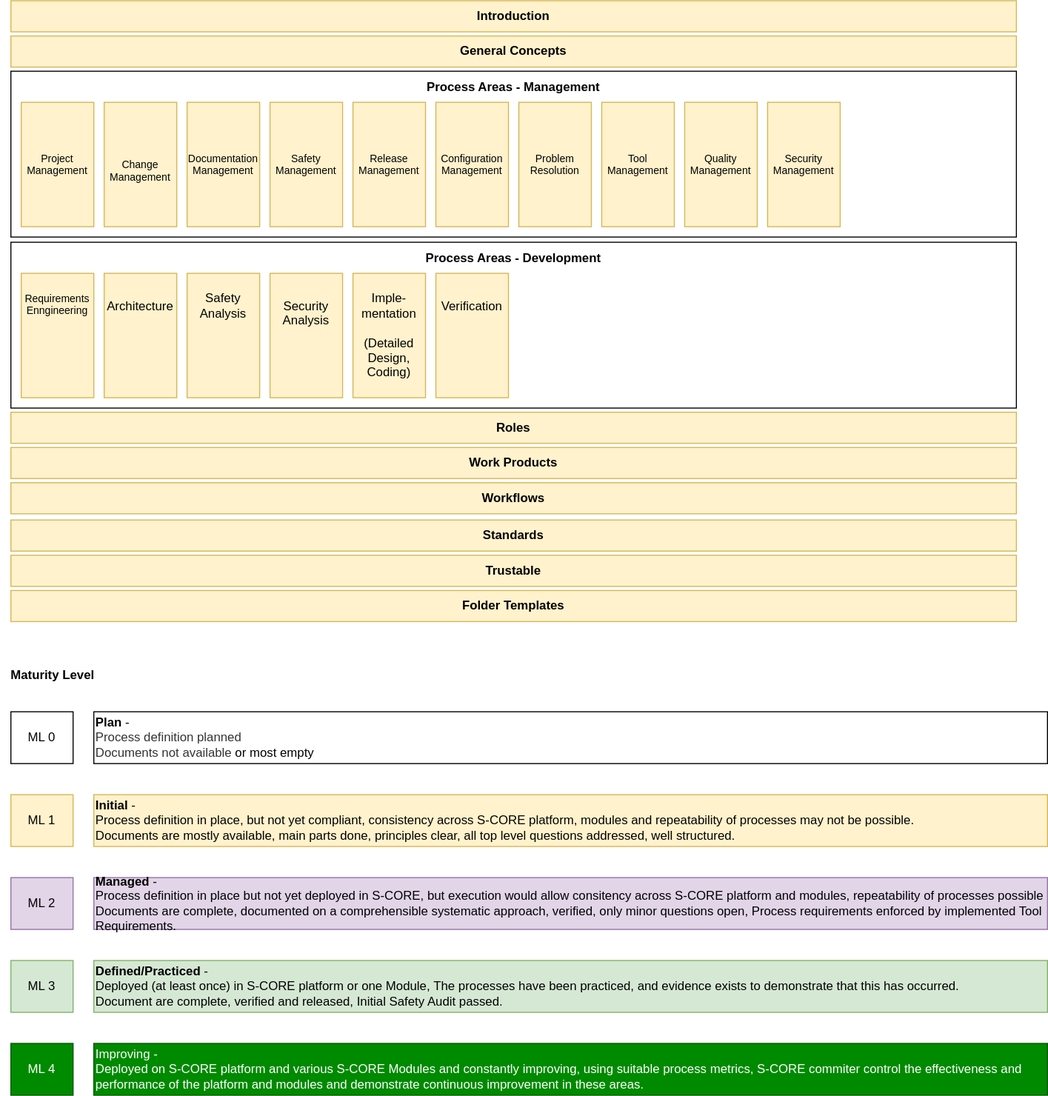
Before: main/_images/score_process_area_overview.drawio.svg, a diagram exported from draw.io (eclipse-score/process_description). Source tidied: cells renumbered, new cells last; positions are measured from the earlier drawing's top-left corner, leaving out a move shared by most shapes.
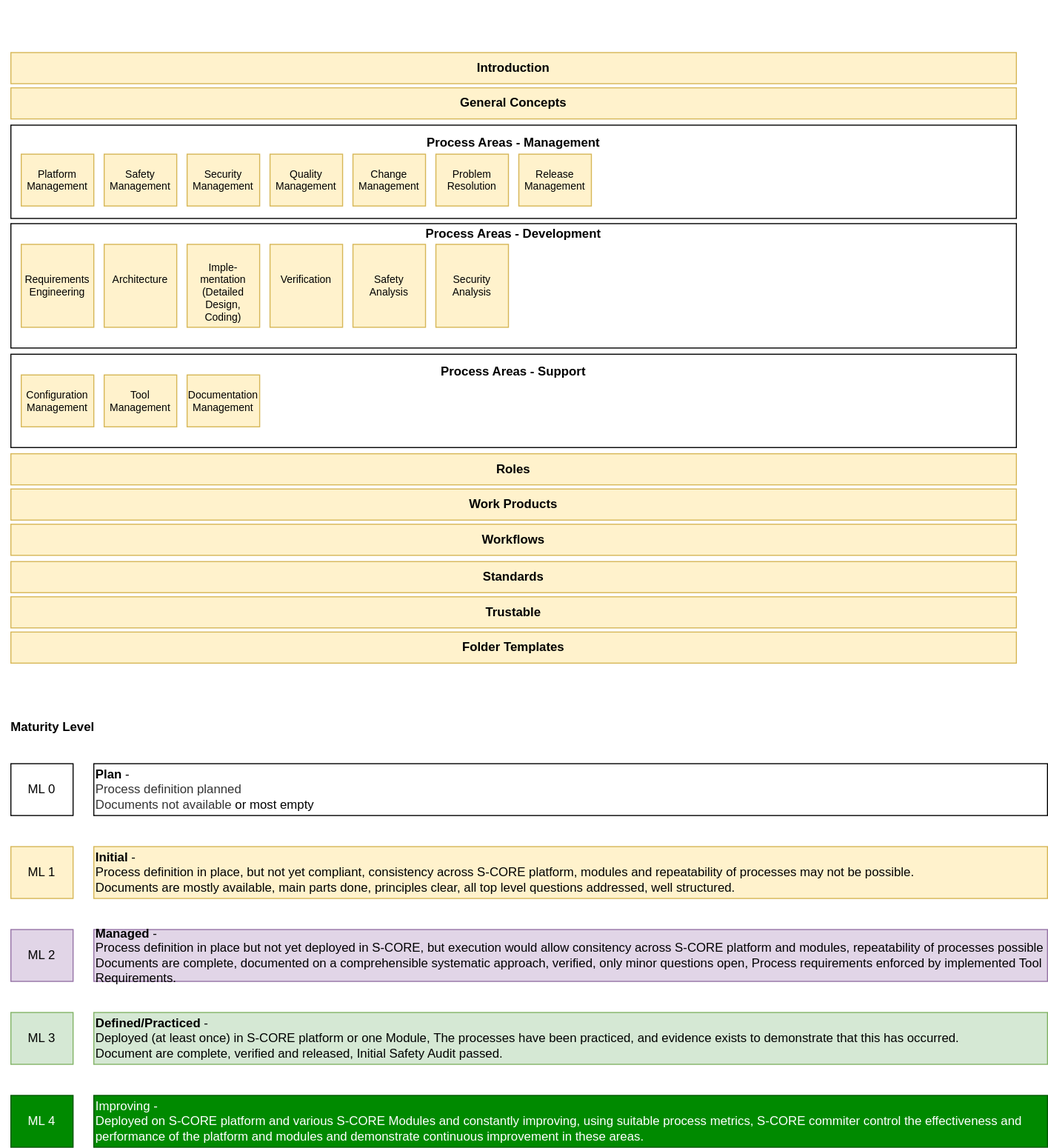
Later version of the same file.

The edit, as a diff of the source:
```diff
@@ -2,44 +2,47 @@
   <root>
     <mxCell id="0" />
     <mxCell id="1" parent="0" />
+    <mxCell id="39" value="&lt;b&gt;&lt;br&gt;&lt;br&gt;&lt;br&gt;&lt;br&gt;&lt;br&gt;&lt;br&gt;&lt;br&gt;Process Areas - Support&lt;br&gt;&lt;br&gt;&lt;br&gt;&lt;br&gt;&lt;br&gt;&lt;br&gt;&lt;br&gt;&lt;br&gt;&lt;br&gt;&lt;br&gt;&lt;br&gt;&amp;nbsp;&lt;/b&gt;" style="rounded=0;whiteSpace=wrap;html=1;" parent="1" vertex="1">
+      <mxGeometry x="10" y="291" width="970" height="90" as="geometry" />
+    </mxCell>
-    <mxCell id="2" value="&lt;b&gt;&lt;br&gt;&lt;br&gt;Process Areas - Development&lt;br&gt;&lt;br&gt;&lt;br&gt;&lt;br&gt;&lt;br&gt;&lt;br&gt;&lt;br&gt;&lt;br&gt;&lt;br&gt;&lt;br&gt;&lt;br&gt;&amp;nbsp;&lt;/b&gt;" style="rounded=0;whiteSpace=wrap;html=1;" parent="1" vertex="1">
-      <mxGeometry x="10" y="233" width="970" height="160" as="geometry" />
+    <mxCell id="2" value="&lt;b&gt;&lt;br&gt;&lt;br&gt;&lt;br&gt;&lt;br&gt;Process Areas - Development&lt;br&gt;&lt;br&gt;&lt;br&gt;&lt;br&gt;&lt;br&gt;&lt;br&gt;&lt;br&gt;&lt;br&gt;&lt;br&gt;&lt;br&gt;&lt;br&gt;&amp;nbsp;&lt;/b&gt;" style="rounded=0;whiteSpace=wrap;html=1;" parent="1" vertex="1">
+      <mxGeometry x="10" y="165" width="970" height="120" as="geometry" />
     </mxCell>
     <mxCell id="3" value="&lt;span style=&quot;&quot;&gt;Introduction&lt;/span&gt;" style="rounded=0;whiteSpace=wrap;html=1;fontStyle=1;fillColor=#fff2cc;strokeColor=#d6b656;" parent="1" vertex="1">
       <mxGeometry x="10" width="970" height="30" as="geometry" />
     </mxCell>
-    <mxCell id="4" value="&lt;b&gt;&lt;br&gt;&lt;br&gt;Process Areas - Management&lt;br&gt;&lt;br&gt;&lt;br&gt;&lt;br&gt;&lt;br&gt;&lt;br&gt;&lt;br&gt;&lt;br&gt;&lt;br&gt;&lt;br&gt;&lt;br&gt;&amp;nbsp;&lt;/b&gt;" style="rounded=0;whiteSpace=wrap;html=1;" parent="1" vertex="1">
-      <mxGeometry x="10" y="68" width="970" height="160" as="geometry" />
+    <mxCell id="4" value="&lt;b&gt;&lt;br&gt;&lt;br&gt;&lt;br&gt;&lt;br&gt;&lt;br&gt;&lt;br&gt;&lt;br&gt;&lt;br&gt;&lt;br&gt;Process Areas - Management&lt;br&gt;&lt;br&gt;&lt;br&gt;&lt;br&gt;&lt;br&gt;&lt;br&gt;&lt;br&gt;&lt;br&gt;&lt;br&gt;&lt;br&gt;&lt;br&gt;&lt;br&gt;&lt;br&gt;&amp;nbsp;&lt;/b&gt;" style="rounded=0;whiteSpace=wrap;html=1;" parent="1" vertex="1">
+      <mxGeometry x="10" y="70" width="970" height="90" as="geometry" />
     </mxCell>
-    <mxCell id="5" value="Requirements&lt;br style=&quot;font-size: 10px;&quot;&gt;Enngineering&lt;br style=&quot;font-size: 10px;&quot;&gt;&lt;br&gt;&lt;br&gt;&lt;br style=&quot;font-size: 10px;&quot;&gt;&lt;br style=&quot;font-size: 10px;&quot;&gt;&lt;br style=&quot;font-size: 10px;&quot;&gt;" style="rounded=0;whiteSpace=wrap;html=1;fillColor=#fff2cc;strokeColor=#d6b656;fontSize=10;verticalAlign=middle;" parent="1" vertex="1">
-      <mxGeometry x="20" y="263" width="70" height="120" as="geometry" />
+    <mxCell id="5" value="Requirements&lt;br style=&quot;font-size: 10px;&quot;&gt;Engineering" style="rounded=0;whiteSpace=wrap;html=1;fillColor=#fff2cc;strokeColor=#d6b656;fontSize=10;verticalAlign=middle;" parent="1" vertex="1">
+      <mxGeometry x="20" y="185" width="70" height="80" as="geometry" />
     </mxCell>
-    <mxCell id="6" value="Safety&lt;br style=&quot;font-size: 10px;&quot;&gt;Management" style="rounded=0;whiteSpace=wrap;html=1;fillColor=#fff2cc;strokeColor=#d6b656;fontSize=10;" parent="1" vertex="1">
-      <mxGeometry x="260" y="98" width="70" height="120" as="geometry" />
+    <mxCell id="6" value="Safety&lt;br style=&quot;font-size: 10px;&quot;&gt;Management" style="rounded=0;whiteSpace=wrap;html=1;fillColor=#fff2cc;strokeColor=#d6b656;fontSize=10;verticalAlign=middle;" parent="1" vertex="1">
+      <mxGeometry x="100" y="98" width="70" height="50" as="geometry" />
     </mxCell>
-    <mxCell id="7" value="&lt;br style=&quot;font-size: 10px;&quot;&gt;&lt;br style=&quot;font-size: 10px;&quot;&gt;Change Management&lt;br&gt;&lt;br&gt;" style="rounded=0;whiteSpace=wrap;html=1;fillColor=#fff2cc;strokeColor=#d6b656;fontSize=10;" parent="1" vertex="1">
-      <mxGeometry x="100" y="98" width="70" height="120" as="geometry" />
+    <mxCell id="7" value="Change Management&lt;br&gt;" style="rounded=0;whiteSpace=wrap;html=1;fillColor=#fff2cc;strokeColor=#d6b656;fontSize=10;verticalAlign=middle;" parent="1" vertex="1">
+      <mxGeometry x="340" y="98" width="70" height="50" as="geometry" />
     </mxCell>
     <mxCell id="8" value="Documentation&lt;br style=&quot;font-size: 10px;&quot;&gt;Management" style="rounded=0;whiteSpace=wrap;html=1;fillColor=#fff2cc;strokeColor=#d6b656;fontSize=10;" parent="1" vertex="1">
-      <mxGeometry x="180" y="98" width="70" height="120" as="geometry" />
+      <mxGeometry x="180" y="311" width="70" height="50" as="geometry" />
     </mxCell>
     <mxCell id="9" value="&lt;span style=&quot;&quot;&gt;General Concepts&lt;/span&gt;" style="rounded=0;whiteSpace=wrap;html=1;fontStyle=1;fillColor=#fff2cc;strokeColor=#d6b656;" parent="1" vertex="1">
       <mxGeometry x="10" y="34" width="970" height="30" as="geometry" />
     </mxCell>
     <mxCell id="10" value="&lt;span style=&quot;&quot;&gt;Standards&lt;/span&gt;" style="rounded=0;whiteSpace=wrap;html=1;fontStyle=1;fillColor=#fff2cc;strokeColor=#d6b656;" parent="1" vertex="1">
-      <mxGeometry x="10" y="501" width="970" height="30" as="geometry" />
+      <mxGeometry x="10" y="491" width="970" height="30" as="geometry" />
     </mxCell>
     <mxCell id="11" value="&lt;span style=&quot;&quot;&gt;Roles&lt;/span&gt;" style="rounded=0;whiteSpace=wrap;html=1;fontStyle=1;fillColor=#fff2cc;strokeColor=#d6b656;" parent="1" vertex="1">
-      <mxGeometry x="10" y="397" width="970" height="30" as="geometry" />
+      <mxGeometry x="10" y="387" width="970" height="30" as="geometry" />
     </mxCell>
-    <mxCell id="12" value="&lt;br&gt;Architecture&lt;br&gt;&lt;br&gt;&lt;br&gt;&lt;br&gt;&lt;br&gt;&lt;br&gt;" style="rounded=0;whiteSpace=wrap;html=1;fillColor=#fff2cc;strokeColor=#d6b656;" parent="1" vertex="1">
-      <mxGeometry x="100" y="263" width="70" height="120" as="geometry" />
+    <mxCell id="12" value="&lt;br style=&quot;font-size: 10px;&quot;&gt;&lt;br style=&quot;font-size: 10px;&quot;&gt;Architecture&lt;br style=&quot;font-size: 10px;&quot;&gt;&lt;br style=&quot;font-size: 10px;&quot;&gt;&lt;br style=&quot;font-size: 10px;&quot;&gt;&lt;br style=&quot;font-size: 10px;&quot;&gt;" style="rounded=0;whiteSpace=wrap;html=1;fillColor=#fff2cc;strokeColor=#d6b656;verticalAlign=middle;fontSize=10;" parent="1" vertex="1">
+      <mxGeometry x="100" y="185" width="70" height="80" as="geometry" />
     </mxCell>
-    <mxCell id="13" value="Security&lt;br&gt;Analysis&lt;br&gt;&lt;br&gt;&lt;br&gt;&lt;br&gt;" style="rounded=0;whiteSpace=wrap;html=1;fillColor=#fff2cc;strokeColor=#d6b656;verticalAlign=middle;" parent="1" vertex="1">
-      <mxGeometry x="260" y="263" width="70" height="120" as="geometry" />
+    <mxCell id="13" value="&lt;font style=&quot;font-size: 10px;&quot;&gt;&lt;font style=&quot;font-size: 10px;&quot;&gt;&lt;br style=&quot;font-size: 10px;&quot;&gt;Imple-mentation&lt;/font&gt;&lt;br style=&quot;font-size: 10px;&quot;&gt;&lt;span style=&quot;font-size: 10px;&quot;&gt;(Detailed Design, &lt;/span&gt;&lt;br style=&quot;font-size: 10px;&quot;&gt;&lt;span style=&quot;font-size: 10px;&quot;&gt;Coding)&lt;/span&gt;&lt;/font&gt;" style="rounded=0;whiteSpace=wrap;html=1;fillColor=#fff2cc;strokeColor=#d6b656;fontSize=10;" parent="1" vertex="1">
+      <mxGeometry x="180" y="185" width="70" height="80" as="geometry" />
     </mxCell>
     <mxCell id="14" value="Problem Resolution" style="rounded=0;whiteSpace=wrap;html=1;fontSize=10;fillColor=#fff2cc;strokeColor=#d6b656;" parent="1" vertex="1">
-      <mxGeometry x="500" y="98" width="70" height="120" as="geometry" />
+      <mxGeometry x="420" y="98" width="70" height="50" as="geometry" />
     </mxCell>
     <mxCell id="15" value="ML 4" style="rounded=0;whiteSpace=wrap;html=1;fillColor=#008a00;strokeColor=#005700;fontColor=#ffffff;" parent="1" vertex="1">
       <mxGeometry x="10" y="1006" width="60" height="50" as="geometry" />
@@ -50,20 +53,20 @@
     <mxCell id="17" value="ML 1" style="rounded=0;whiteSpace=wrap;html=1;fillColor=#fff2cc;strokeColor=#d6b656;" parent="1" vertex="1">
       <mxGeometry x="10" y="766" width="60" height="50" as="geometry" />
     </mxCell>
-    <mxCell id="18" value="&lt;br&gt;&lt;br&gt;Verification&lt;br&gt;&lt;br&gt;&lt;br&gt;&lt;br&gt;&lt;br&gt;&lt;br&gt;&lt;br&gt;" style="rounded=0;whiteSpace=wrap;html=1;fillColor=#fff2cc;strokeColor=#d6b656;" parent="1" vertex="1">
-      <mxGeometry x="420" y="263" width="70" height="120" as="geometry" />
+    <mxCell id="18" value="Verification&lt;br style=&quot;font-size: 10px;&quot;&gt;&lt;br style=&quot;font-size: 10px;&quot;&gt;" style="rounded=0;whiteSpace=wrap;html=1;fillColor=#fff2cc;strokeColor=#d6b656;fontSize=10;" parent="1" vertex="1">
+      <mxGeometry x="260" y="185" width="70" height="80" as="geometry" />
     </mxCell>
-    <mxCell id="19" value="Configuration&lt;br style=&quot;font-size: 10px;&quot;&gt;Management" style="rounded=0;whiteSpace=wrap;html=1;fontSize=10;fillColor=#fff2cc;strokeColor=#d6b656;" parent="1" vertex="1">
-      <mxGeometry x="420" y="98" width="70" height="120" as="geometry" />
+    <mxCell id="19" value="Configuration&lt;br style=&quot;font-size: 10px;&quot;&gt;Management" style="rounded=0;whiteSpace=wrap;html=1;fontSize=10;fillColor=#fff2cc;strokeColor=#d6b656;verticalAlign=middle;" parent="1" vertex="1">
+      <mxGeometry x="20" y="311" width="70" height="50" as="geometry" />
     </mxCell>
     <mxCell id="20" value="Tool&lt;br style=&quot;font-size: 10px;&quot;&gt;Management" style="rounded=0;whiteSpace=wrap;html=1;fontSize=10;fillColor=#fff2cc;strokeColor=#d6b656;" parent="1" vertex="1">
-      <mxGeometry x="580" y="98" width="70" height="120" as="geometry" />
+      <mxGeometry x="100" y="311" width="70" height="50" as="geometry" />
     </mxCell>
-    <mxCell id="21" value="Quality&lt;br style=&quot;font-size: 10px;&quot;&gt;Management" style="rounded=0;whiteSpace=wrap;html=1;fontSize=10;fillColor=#fff2cc;strokeColor=#d6b656;" parent="1" vertex="1">
-      <mxGeometry x="660" y="98" width="70" height="120" as="geometry" />
+    <mxCell id="21" value="Quality&lt;br style=&quot;font-size: 10px;&quot;&gt;Management" style="rounded=0;whiteSpace=wrap;html=1;fontSize=10;fillColor=#fff2cc;strokeColor=#d6b656;verticalAlign=middle;" parent="1" vertex="1">
+      <mxGeometry x="260" y="98" width="70" height="50" as="geometry" />
     </mxCell>
-    <mxCell id="22" value="Project&lt;br style=&quot;font-size: 10px;&quot;&gt;Management" style="rounded=0;whiteSpace=wrap;html=1;fontSize=10;fillColor=#fff2cc;strokeColor=#d6b656;" parent="1" vertex="1">
-      <mxGeometry x="20" y="98" width="70" height="120" as="geometry" />
+    <mxCell id="22" value="Platform&lt;br style=&quot;font-size: 10px;&quot;&gt;Management" style="rounded=0;whiteSpace=wrap;html=1;fontSize=10;fillColor=#fff2cc;strokeColor=#d6b656;verticalAlign=middle;" parent="1" vertex="1">
+      <mxGeometry x="20" y="98" width="70" height="50" as="geometry" />
     </mxCell>
     <mxCell id="23" value="&lt;b&gt;Maturity Level&lt;/b&gt;" style="text;html=1;align=center;verticalAlign=middle;strokeColor=none;fillColor=none;" parent="1" vertex="1">
       <mxGeometry y="636" width="100" height="30" as="geometry" />
@@ -71,14 +74,14 @@
     <mxCell id="24" value="ML 0" style="rounded=0;whiteSpace=wrap;html=1;" parent="1" vertex="1">
       <mxGeometry x="10" y="686" width="60" height="50" as="geometry" />
     </mxCell>
-    <mxCell id="25" value="Safety&lt;br&gt;Analysis&lt;br&gt;&lt;br&gt;&lt;br&gt;&lt;br&gt;&lt;br&gt;" style="rounded=0;whiteSpace=wrap;html=1;fillColor=#fff2cc;strokeColor=#d6b656;" parent="1" vertex="1">
-      <mxGeometry x="180" y="263" width="70" height="120" as="geometry" />
+    <mxCell id="25" value="&lt;br style=&quot;font-size: 10px;&quot;&gt;Safety&lt;br style=&quot;font-size: 10px;&quot;&gt;Analysis&lt;br style=&quot;font-size: 10px;&quot;&gt;&lt;br style=&quot;font-size: 10px;&quot;&gt;" style="rounded=0;whiteSpace=wrap;html=1;fillColor=#fff2cc;strokeColor=#d6b656;fontSize=10;" parent="1" vertex="1">
+      <mxGeometry x="340" y="185" width="70" height="80" as="geometry" />
     </mxCell>
     <mxCell id="26" value="&lt;span style=&quot;&quot;&gt;Work Products&lt;/span&gt;" style="rounded=0;whiteSpace=wrap;html=1;fontStyle=1;fillColor=#fff2cc;strokeColor=#d6b656;" parent="1" vertex="1">
-      <mxGeometry x="10" y="431" width="970" height="30" as="geometry" />
+      <mxGeometry x="10" y="421" width="970" height="30" as="geometry" />
     </mxCell>
     <mxCell id="27" value="&lt;span style=&quot;&quot;&gt;Workflows&lt;/span&gt;" style="rounded=0;whiteSpace=wrap;html=1;fontStyle=1;fillColor=#fff2cc;strokeColor=#d6b656;" parent="1" vertex="1">
-      <mxGeometry x="10" y="465" width="970" height="30" as="geometry" />
+      <mxGeometry x="10" y="455" width="970" height="30" as="geometry" />
     </mxCell>
     <mxCell id="28" value="ML 3" style="rounded=0;whiteSpace=wrap;html=1;fillColor=#d5e8d4;strokeColor=#82b366;" parent="1" vertex="1">
       <mxGeometry x="10" y="926" width="60" height="50" as="geometry" />
@@ -99,19 +102,19 @@
       <mxGeometry x="90" y="1006" width="920" height="50" as="geometry" />
     </mxCell>
     <mxCell id="34" value="Release&lt;br style=&quot;font-size: 10px;&quot;&gt;Management" style="rounded=0;whiteSpace=wrap;html=1;fontSize=10;fillColor=#fff2cc;strokeColor=#d6b656;" parent="1" vertex="1">
-      <mxGeometry x="340" y="98" width="70" height="120" as="geometry" />
+      <mxGeometry x="500" y="98" width="70" height="50" as="geometry" />
     </mxCell>
     <mxCell id="35" value="&lt;span style=&quot;&quot;&gt;Trustable&lt;/span&gt;" style="rounded=0;whiteSpace=wrap;html=1;fontStyle=1;fillColor=#fff2cc;strokeColor=#d6b656;" parent="1" vertex="1">
-      <mxGeometry x="10" y="535" width="970" height="30" as="geometry" />
+      <mxGeometry x="10" y="525" width="970" height="30" as="geometry" />
     </mxCell>
     <mxCell id="36" value="&lt;span style=&quot;&quot;&gt;Folder Templates&lt;/span&gt;" style="rounded=0;whiteSpace=wrap;html=1;fontStyle=1;fillColor=#fff2cc;strokeColor=#d6b656;" parent="1" vertex="1">
-      <mxGeometry x="10" y="569" width="970" height="30" as="geometry" />
+      <mxGeometry x="10" y="559" width="970" height="30" as="geometry" />
     </mxCell>
-    <mxCell id="37" value="Security&lt;br style=&quot;font-size: 10px;&quot;&gt;Management" style="rounded=0;whiteSpace=wrap;html=1;fontSize=10;fillColor=#fff2cc;strokeColor=#d6b656;" parent="1" vertex="1">
-      <mxGeometry x="740" y="98" width="70" height="120" as="geometry" />
+    <mxCell id="37" value="Security&lt;br style=&quot;font-size: 10px;&quot;&gt;Management" style="rounded=0;whiteSpace=wrap;html=1;fontSize=10;fillColor=#fff2cc;strokeColor=#d6b656;verticalAlign=middle;" parent="1" vertex="1">
+      <mxGeometry x="180" y="98" width="70" height="50" as="geometry" />
     </mxCell>
-    <mxCell id="38" value="Imple-mentation&lt;br&gt;&lt;br&gt;(Detailed Design, &lt;br&gt;Coding)" style="rounded=0;whiteSpace=wrap;html=1;fillColor=#fff2cc;strokeColor=#d6b656;" parent="1" vertex="1">
-      <mxGeometry x="340" y="263" width="70" height="120" as="geometry" />
-    </mxCell>
+    <mxCell id="40" value="Security&lt;br style=&quot;font-size: 10px;&quot;&gt;Analysis" style="rounded=0;whiteSpace=wrap;html=1;fillColor=#fff2cc;strokeColor=#d6b656;fontSize=10;" parent="1" vertex="1">
+      <mxGeometry x="420" y="185" width="70" height="80" as="geometry" />
+    </mxCell>
   </root>
 </mxGraphModel>
```
